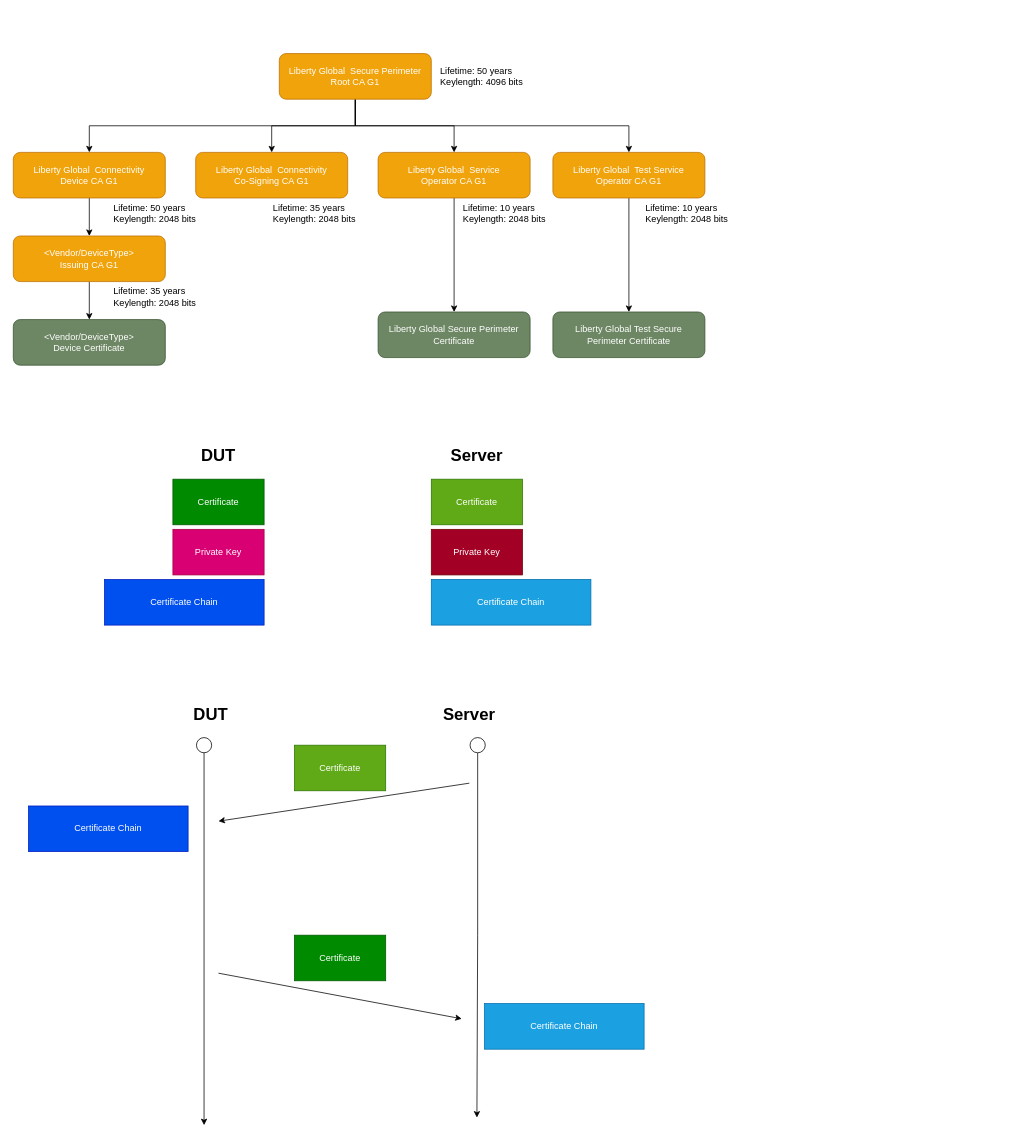
Before: page "Certificate" (16 of 16) of GW7557.drawio in nelsonchung/drawio, a draw.io diagram. Source tidied: cells renumbered, new cells numbered last; positions are measured from the earlier drawing's top-left corner, leaving out a move shared by most shapes. Both pictures are drawn from the tidied source at 76%, with x=0, y=0 at pixel (13, 53).
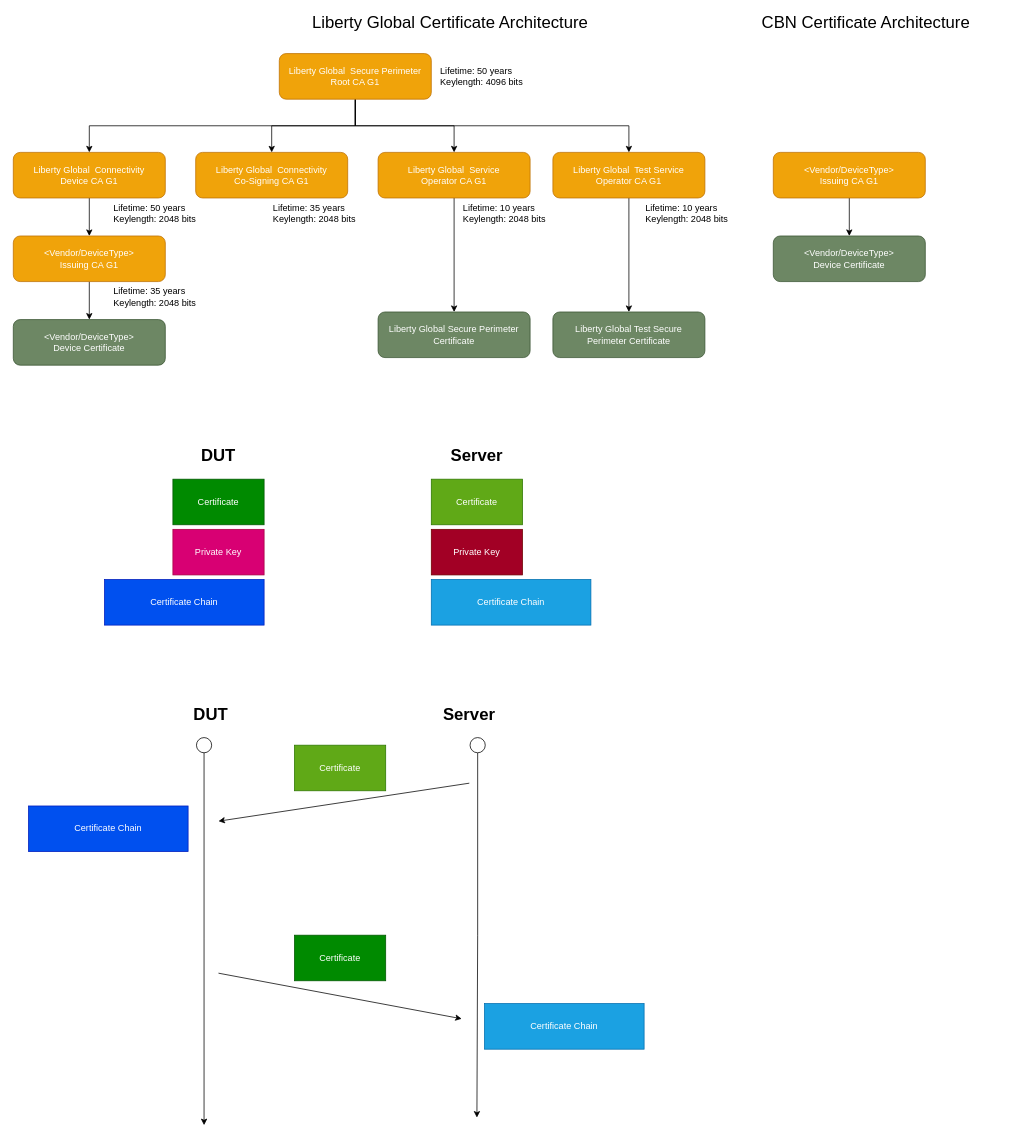
The same diagram, later.

Change to the diagram source:
```diff
@@
+    <mxCell id="45" style="edgeStyle=orthogonalEdgeStyle;rounded=0;jettySize=auto;html=1;exitX=0.5;exitY=1;exitDx=0;exitDy=0;entryX=0.5;entryY=0;entryDx=0;entryDy=0;" parent="1" edge="1" source="46" target="47">
+      <mxGeometry relative="1" as="geometry" />
+    </mxCell>
+    <mxCell id="46" value="&amp;lt;Vendor/DeviceType&amp;gt; &lt;br&gt;Issuing CA G1" style="rounded=1;whiteSpace=wrap;html=1;align=center;fillColor=#f0a30a;strokeColor=#BD7000;fontColor=#ffffff;" parent="1" vertex="1">
+      <mxGeometry x="1000" y="130" width="200" height="60" as="geometry" />
+    </mxCell>
+    <mxCell id="47" value="&amp;lt;Vendor/DeviceType&amp;gt;&lt;br&gt;Device Certificate" style="rounded=1;whiteSpace=wrap;html=1;align=center;fillColor=#6d8764;strokeColor=#3A5431;fontColor=#ffffff;" parent="1" vertex="1">
+      <mxGeometry x="1000" y="240" width="200" height="60" as="geometry" />
+    </mxCell>
+    <mxCell id="48" value="Liberty Global Certificate Architecture" style="text;html=1;strokeColor=none;fillColor=none;align=center;verticalAlign=middle;whiteSpace=wrap;rounded=0;fontSize=22;" parent="1" vertex="1">
+      <mxGeometry x="370" y="-50" width="410" height="20" as="geometry" />
+    </mxCell>
+    <mxCell id="49" value="CBN Certificate Architecture" style="text;html=1;strokeColor=none;fillColor=none;align=center;verticalAlign=middle;whiteSpace=wrap;rounded=0;fontSize=22;" parent="1" vertex="1">
+      <mxGeometry x="917" y="-50" width="410" height="20" as="geometry" />
+    </mxCell>
```
